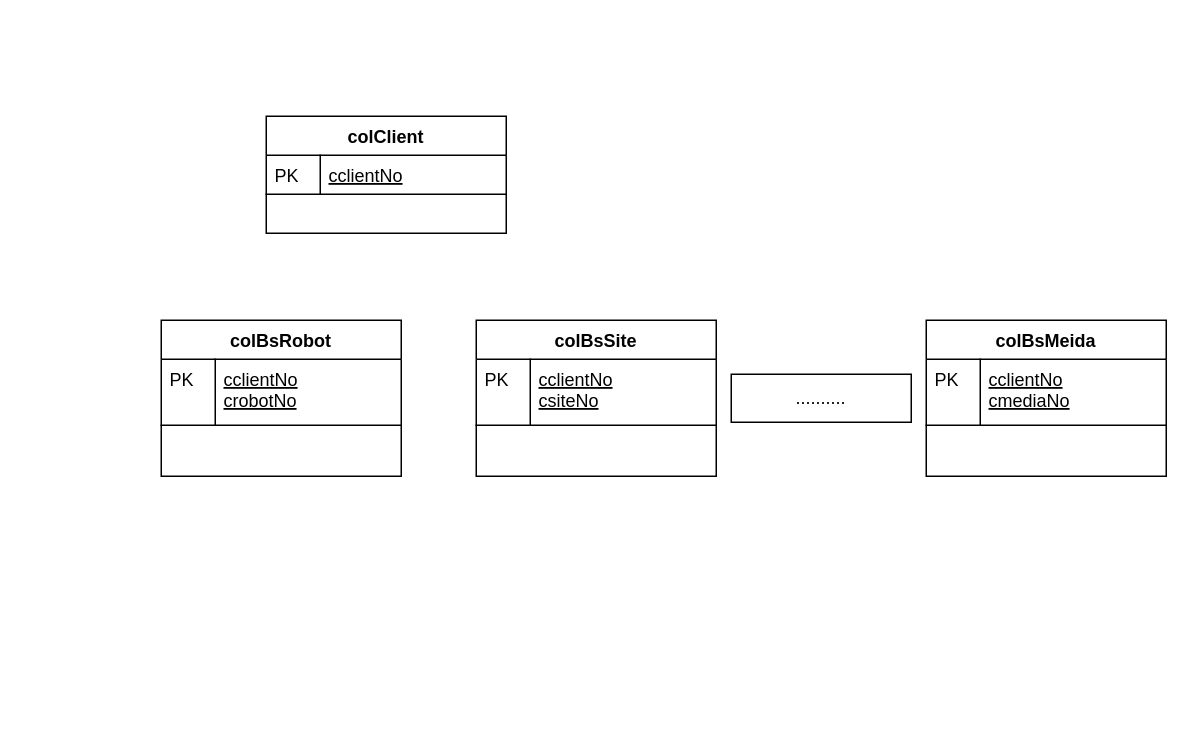
Before: draw.io/bsrobot.drawio in Kevin-Huang-NZ/notes, a draw.io diagram. Source tidied: cells renumbered, new cells numbered last; positions are measured from the earlier drawing's top-left corner, leaving out a move shared by most shapes. Both pictures are drawn from the tidied source at 150%, with x=0, y=0 at pixel (160, 116).
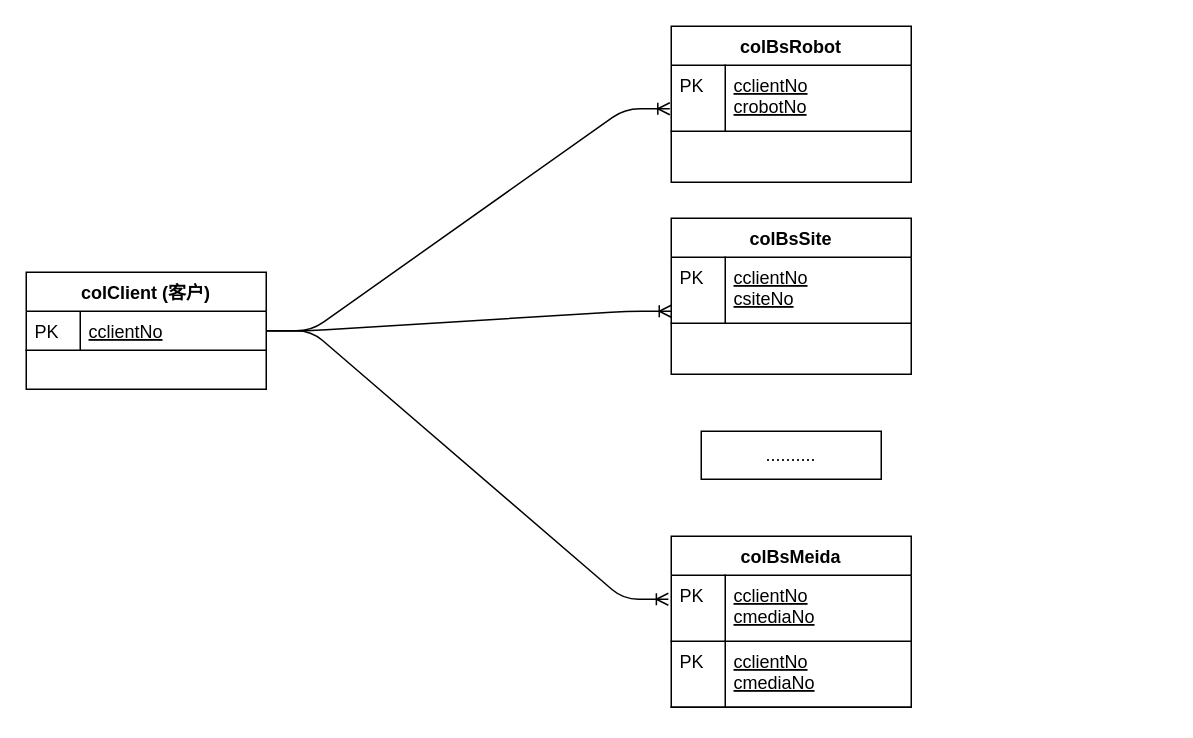
Above is the later version.

The change refers to these unchanged cells:
```xml
<mxCell id="6" value="cclientNo&#10;crobotNo&#10;" style="shape=partialRectangle;top=0;left=0;right=0;bottom=1;align=left;verticalAlign=top;fillColor=none;spacingLeft=40;spacingRight=4;overflow=hidden;points=[[0,0.5],[1,0.5]];portConstraint=eastwest;rounded=0;shadow=0;strokeWidth=1;fontStyle=4;" parent="5" vertex="1">
  <mxGeometry y="26" width="160" height="44" as="geometry" />
</mxCell>
```

What changed in the source:
```diff
@@
-    <mxCell id="2" value="colClient" style="swimlane;fontStyle=1;horizontal=1;startSize=26;rounded=0;shadow=0;strokeWidth=1;" parent="1" vertex="1">
-      <mxGeometry x="70" width="160" height="78" as="geometry" />
-    </mxCell>
-    <mxCell id="3" value="cclientNo" style="shape=partialRectangle;top=0;left=0;right=0;bottom=1;align=left;verticalAlign=top;fillColor=none;spacingLeft=40;spacingRight=4;overflow=hidden;points=[[0,0.5],[1,0.5]];portConstraint=eastwest;rounded=0;shadow=0;strokeWidth=1;fontStyle=4;" parent="2" vertex="1">
-      <mxGeometry y="26" width="160" height="26" as="geometry" />
-    </mxCell>
-    <mxCell id="4" value="PK" style="shape=partialRectangle;top=0;left=0;bottom=0;fillColor=none;align=left;verticalAlign=top;spacingLeft=4;spacingRight=4;overflow=hidden;" parent="3" vertex="1">
-      <mxGeometry width="36" height="26" as="geometry" />
-    </mxCell>
+    <mxCell id="14" value=".........." style="rounded=0;whiteSpace=wrap;html=1;" parent="1" vertex="1">
+      <mxGeometry x="360" y="210" width="120" height="32" as="geometry" />
+    </mxCell>
+    <mxCell id="15" style="edgeStyle=entityRelationEdgeStyle;fontSize=12;html=1;endArrow=ERoneToMany;exitX=1;exitY=0.5;exitDx=0;exitDy=0;entryX=-0.006;entryY=0.659;entryDx=0;entryDy=0;entryPerimeter=0;" parent="1" edge="1" source="3" target="6">
+      <mxGeometry relative="1" as="geometry" />
+    </mxCell>
     <mxCell id="5" value="colBsRobot" style="swimlane;fontStyle=1;horizontal=1;startSize=26;rounded=0;shadow=0;strokeWidth=1;" parent="1" vertex="1">
-      <mxGeometry y="136" width="160" height="104" as="geometry" />
+      <mxGeometry x="340" y="-60" width="160" height="104" as="geometry" />
     </mxCell>
@@
+    <mxCell id="3" value="cclientNo" style="shape=partialRectangle;top=0;left=0;right=0;bottom=1;align=left;verticalAlign=top;fillColor=none;spacingLeft=40;spacingRight=4;overflow=hidden;points=[[0,0.5],[1,0.5]];portConstraint=eastwest;rounded=0;shadow=0;strokeWidth=1;fontStyle=4;" parent="1" vertex="1">
+      <mxGeometry x="-90" y="130" width="160" height="26" as="geometry" />
+    </mxCell>
+    <mxCell id="4" value="PK" style="shape=partialRectangle;top=0;left=0;bottom=0;fillColor=none;align=left;verticalAlign=top;spacingLeft=4;spacingRight=4;overflow=hidden;" parent="3" vertex="1">
+      <mxGeometry width="36" height="26" as="geometry" />
+    </mxCell>
     <mxCell id="8" value="colBsSite" style="swimlane;fontStyle=1;horizontal=1;startSize=26;rounded=0;shadow=0;strokeWidth=1;" parent="1" vertex="1">
-      <mxGeometry x="210" y="136" width="160" height="104" as="geometry" />
+      <mxGeometry x="340" y="68" width="160" height="104" as="geometry" />
     </mxCell>
@@
     <mxCell id="11" value="colBsMeida" style="swimlane;fontStyle=1;horizontal=1;startSize=26;rounded=0;shadow=0;strokeWidth=1;" parent="1" vertex="1">
-      <mxGeometry x="510" y="136" width="160" height="104" as="geometry" />
+      <mxGeometry x="340" y="280" width="160" height="114" as="geometry" />
     </mxCell>
+    <mxCell id="16" value="cclientNo&#10;cmediaNo&#10;" style="shape=partialRectangle;top=0;left=0;right=0;bottom=1;align=left;verticalAlign=top;fillColor=none;spacingLeft=40;spacingRight=4;overflow=hidden;points=[[0,0.5],[1,0.5]];portConstraint=eastwest;rounded=0;shadow=0;strokeWidth=1;fontStyle=4;" parent="11" vertex="1">
+      <mxGeometry y="26" width="160" height="44" as="geometry" />
+    </mxCell>
+    <mxCell id="17" value="PK" style="shape=partialRectangle;top=0;left=0;bottom=0;fillColor=none;align=left;verticalAlign=top;spacingLeft=4;spacingRight=4;overflow=hidden;" parent="16" vertex="1">
+      <mxGeometry width="36" height="44" as="geometry" />
+    </mxCell>
     <mxCell id="12" value="cclientNo&#10;cmediaNo&#10;" style="shape=partialRectangle;top=0;left=0;right=0;bottom=1;align=left;verticalAlign=top;fillColor=none;spacingLeft=40;spacingRight=4;overflow=hidden;rounded=0;shadow=0;strokeWidth=1;fontStyle=4;" parent="11" vertex="1">
-      <mxGeometry y="26" width="160" height="44" as="geometry" />
+      <mxGeometry y="70" width="160" height="44" as="geometry" />
     </mxCell>
@@
-    <mxCell id="14" value=".........." style="rounded=0;whiteSpace=wrap;html=1;" parent="1" vertex="1">
-      <mxGeometry x="380" y="172" width="120" height="32" as="geometry" />
-    </mxCell>
+    <mxCell id="2" value="colClient (客户)" style="swimlane;fontStyle=1;horizontal=1;startSize=26;rounded=0;shadow=0;strokeWidth=1;" parent="1" vertex="1">
+      <mxGeometry x="-90" y="104" width="160" height="78" as="geometry" />
+    </mxCell>
+    <mxCell id="18" style="edgeStyle=entityRelationEdgeStyle;fontSize=12;html=1;endArrow=ERoneToMany;exitX=1;exitY=0.5;exitDx=0;exitDy=0;entryX=-0.006;entryY=0.659;entryDx=0;entryDy=0;entryPerimeter=0;" parent="1" edge="1" source="2">
+      <mxGeometry relative="1" as="geometry">
+        <mxPoint x="340" y="130" as="targetPoint" />
+      </mxGeometry>
+    </mxCell>
+    <mxCell id="19" style="edgeStyle=entityRelationEdgeStyle;fontSize=12;html=1;endArrow=ERoneToMany;exitX=1;exitY=0.5;exitDx=0;exitDy=0;entryX=-0.012;entryY=0.364;entryDx=0;entryDy=0;entryPerimeter=0;" parent="1" edge="1" source="2" target="16">
+      <mxGeometry relative="1" as="geometry" />
+    </mxCell>
```
